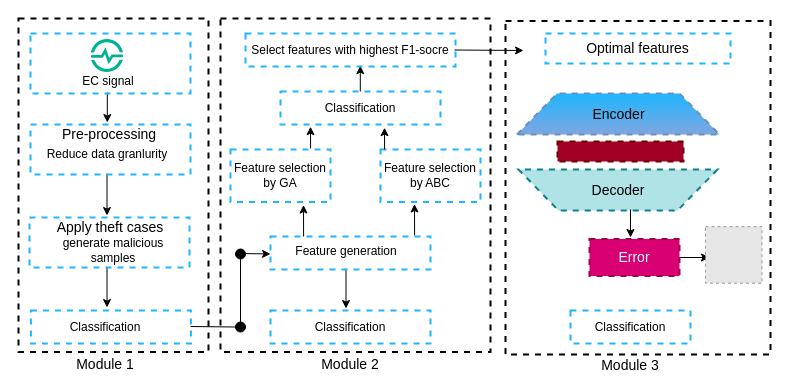
Before: j2_systemModel.drawio in Faisalse/j1_smartgrid, a draw.io diagram. Source tidied: cells renumbered, new cells numbered last; positions are measured from the earlier drawing's top-left corner, leaving out a move shared by most shapes. Both pictures are drawn from the tidied source at 100%, with x=0, y=0 at pixel (18, 18). Pictures stored in the file or linked from it are replaced by grey dashed boxes.
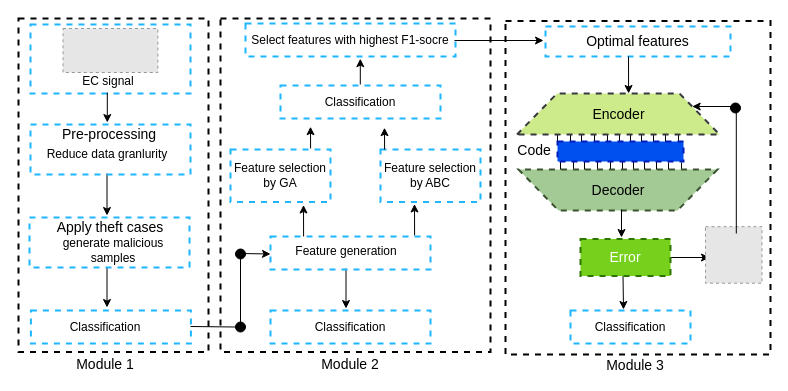
Above is the later version.

What changed in the source:
```diff
@@
+    <mxCell id="4" style="rounded=0;whiteSpace=wrap;html=1;strokeWidth=2;fillColor=none;dashed=1;" parent="1" vertex="1">
+      <mxGeometry width="190" height="333.5" as="geometry" />
+    </mxCell>
+    <mxCell id="13" style="rounded=0;whiteSpace=wrap;html=1;dashed=1;strokeWidth=2;fillColor=none;strokeColor=#1EB6FF;" parent="1" vertex="1">
+      <mxGeometry x="12" y="6" width="160" height="69" as="geometry" />
+    </mxCell>
@@
+    <mxCell id="53" style="group;" parent="1" vertex="1">
+      <mxGeometry x="539" y="114" width="121" height="11" as="geometry" />
+    </mxCell>
+    <mxCell id="54" style="endArrow=none;html=1;entryX=0.363;entryY=0.976;entryDx=0;entryDy=0;entryPerimeter=0;" parent="53" edge="1">
+      <mxGeometry relative="1" as="geometry">
+        <mxPoint y="10" as="sourcePoint" />
+        <mxPoint y="1" as="targetPoint" />
+      </mxGeometry>
+    </mxCell>
+    <mxCell id="55" style="endArrow=none;html=1;entryX=0.363;entryY=0.976;entryDx=0;entryDy=0;entryPerimeter=0;" parent="53" edge="1">
+      <mxGeometry relative="1" as="geometry">
+        <mxPoint x="13" y="10" as="sourcePoint" />
+        <mxPoint x="13" y="1" as="targetPoint" />
+      </mxGeometry>
+    </mxCell>
+    <mxCell id="56" style="endArrow=none;html=1;entryX=0.363;entryY=0.976;entryDx=0;entryDy=0;entryPerimeter=0;" parent="53" edge="1">
+      <mxGeometry relative="1" as="geometry">
+        <mxPoint x="24" y="10" as="sourcePoint" />
+        <mxPoint x="24" y="1" as="targetPoint" />
+      </mxGeometry>
+    </mxCell>
+    <mxCell id="57" style="endArrow=none;html=1;entryX=0.363;entryY=0.976;entryDx=0;entryDy=0;entryPerimeter=0;" parent="53" edge="1">
+      <mxGeometry relative="1" as="geometry">
+        <mxPoint x="121" y="11" as="sourcePoint" />
+        <mxPoint x="121" y="2" as="targetPoint" />
+      </mxGeometry>
+    </mxCell>
+    <mxCell id="58" style="endArrow=none;html=1;entryX=0.363;entryY=0.976;entryDx=0;entryDy=0;entryPerimeter=0;" parent="53" edge="1">
+      <mxGeometry relative="1" as="geometry">
+        <mxPoint x="108" y="11" as="sourcePoint" />
+        <mxPoint x="108" y="2" as="targetPoint" />
+      </mxGeometry>
+    </mxCell>
+    <mxCell id="59" style="endArrow=none;html=1;entryX=0.363;entryY=0.976;entryDx=0;entryDy=0;entryPerimeter=0;" parent="53" edge="1">
+      <mxGeometry relative="1" as="geometry">
+        <mxPoint x="96" y="10" as="sourcePoint" />
+        <mxPoint x="96" y="1" as="targetPoint" />
+      </mxGeometry>
+    </mxCell>
+    <mxCell id="60" style="endArrow=none;html=1;entryX=0.363;entryY=0.976;entryDx=0;entryDy=0;entryPerimeter=0;" parent="53" edge="1">
+      <mxGeometry relative="1" as="geometry">
+        <mxPoint x="84" y="10" as="sourcePoint" />
+        <mxPoint x="84" y="1" as="targetPoint" />
+      </mxGeometry>
+    </mxCell>
+    <mxCell id="61" style="endArrow=none;html=1;entryX=0.363;entryY=0.976;entryDx=0;entryDy=0;entryPerimeter=0;" parent="53" edge="1">
+      <mxGeometry relative="1" as="geometry">
+        <mxPoint x="73" y="10" as="sourcePoint" />
+        <mxPoint x="73" y="1" as="targetPoint" />
+      </mxGeometry>
+    </mxCell>
+    <mxCell id="62" style="endArrow=none;html=1;entryX=0.363;entryY=0.976;entryDx=0;entryDy=0;entryPerimeter=0;" parent="53" edge="1">
+      <mxGeometry relative="1" as="geometry">
+        <mxPoint x="62" y="10" as="sourcePoint" />
+        <mxPoint x="62" y="1" as="targetPoint" />
+      </mxGeometry>
+    </mxCell>
+    <mxCell id="63" style="endArrow=none;html=1;entryX=0.363;entryY=0.976;entryDx=0;entryDy=0;entryPerimeter=0;" parent="53" edge="1">
+      <mxGeometry relative="1" as="geometry">
+        <mxPoint x="50" y="9" as="sourcePoint" />
+        <mxPoint x="50" as="targetPoint" />
+      </mxGeometry>
+    </mxCell>
+    <mxCell id="64" style="endArrow=none;html=1;entryX=0.363;entryY=0.976;entryDx=0;entryDy=0;entryPerimeter=0;" parent="53" edge="1">
+      <mxGeometry relative="1" as="geometry">
+        <mxPoint x="37" y="10" as="sourcePoint" />
+        <mxPoint x="37" y="1" as="targetPoint" />
+      </mxGeometry>
+    </mxCell>
+    <mxCell id="65" style="group;" parent="1" vertex="1">
+      <mxGeometry x="542" y="142" width="121" height="11" as="geometry" />
+    </mxCell>
+    <mxCell id="66" style="endArrow=none;html=1;entryX=0.363;entryY=0.976;entryDx=0;entryDy=0;entryPerimeter=0;" parent="65" edge="1">
+      <mxGeometry relative="1" as="geometry">
+        <mxPoint y="10" as="sourcePoint" />
+        <mxPoint y="1" as="targetPoint" />
+      </mxGeometry>
+    </mxCell>
+    <mxCell id="67" style="endArrow=none;html=1;entryX=0.363;entryY=0.976;entryDx=0;entryDy=0;entryPerimeter=0;" parent="65" edge="1">
+      <mxGeometry relative="1" as="geometry">
+        <mxPoint x="13" y="10" as="sourcePoint" />
+        <mxPoint x="13" y="1" as="targetPoint" />
+      </mxGeometry>
+    </mxCell>
+    <mxCell id="68" style="endArrow=none;html=1;entryX=0.363;entryY=0.976;entryDx=0;entryDy=0;entryPerimeter=0;" parent="65" edge="1">
+      <mxGeometry relative="1" as="geometry">
+        <mxPoint x="24" y="10" as="sourcePoint" />
+        <mxPoint x="24" y="1" as="targetPoint" />
+      </mxGeometry>
+    </mxCell>
+    <mxCell id="69" style="endArrow=none;html=1;entryX=0.363;entryY=0.976;entryDx=0;entryDy=0;entryPerimeter=0;" parent="65" edge="1">
+      <mxGeometry relative="1" as="geometry">
+        <mxPoint x="121" y="11" as="sourcePoint" />
+        <mxPoint x="121" y="2" as="targetPoint" />
+      </mxGeometry>
+    </mxCell>
+    <mxCell id="70" style="endArrow=none;html=1;entryX=0.363;entryY=0.976;entryDx=0;entryDy=0;entryPerimeter=0;" parent="65" edge="1">
+      <mxGeometry relative="1" as="geometry">
+        <mxPoint x="108" y="11" as="sourcePoint" />
+        <mxPoint x="108" y="2" as="targetPoint" />
+      </mxGeometry>
+    </mxCell>
+    <mxCell id="71" style="endArrow=none;html=1;entryX=0.363;entryY=0.976;entryDx=0;entryDy=0;entryPerimeter=0;" parent="65" edge="1">
+      <mxGeometry relative="1" as="geometry">
+        <mxPoint x="96" y="10" as="sourcePoint" />
+        <mxPoint x="96" y="1" as="targetPoint" />
+      </mxGeometry>
+    </mxCell>
+    <mxCell id="72" style="endArrow=none;html=1;entryX=0.363;entryY=0.976;entryDx=0;entryDy=0;entryPerimeter=0;" parent="65" edge="1">
+      <mxGeometry relative="1" as="geometry">
+        <mxPoint x="84" y="10" as="sourcePoint" />
+        <mxPoint x="84" y="1" as="targetPoint" />
+      </mxGeometry>
+    </mxCell>
+    <mxCell id="73" style="endArrow=none;html=1;entryX=0.363;entryY=0.976;entryDx=0;entryDy=0;entryPerimeter=0;" parent="65" edge="1">
+      <mxGeometry relative="1" as="geometry">
+        <mxPoint x="73" y="10" as="sourcePoint" />
+        <mxPoint x="73" y="1" as="targetPoint" />
+      </mxGeometry>
+    </mxCell>
+    <mxCell id="74" style="endArrow=none;html=1;entryX=0.363;entryY=0.976;entryDx=0;entryDy=0;entryPerimeter=0;" parent="65" edge="1">
+      <mxGeometry relative="1" as="geometry">
+        <mxPoint x="62" y="10" as="sourcePoint" />
+        <mxPoint x="62" y="1" as="targetPoint" />
+      </mxGeometry>
+    </mxCell>
+    <mxCell id="75" style="endArrow=none;html=1;entryX=0.363;entryY=0.976;entryDx=0;entryDy=0;entryPerimeter=0;" parent="65" edge="1">
+      <mxGeometry relative="1" as="geometry">
+        <mxPoint x="50" y="9" as="sourcePoint" />
+        <mxPoint x="50" as="targetPoint" />
+      </mxGeometry>
+    </mxCell>
+    <mxCell id="76" style="endArrow=none;html=1;entryX=0.363;entryY=0.976;entryDx=0;entryDy=0;entryPerimeter=0;" parent="65" edge="1">
+      <mxGeometry relative="1" as="geometry">
+        <mxPoint x="37" y="10" as="sourcePoint" />
+        <mxPoint x="37" y="1" as="targetPoint" />
+      </mxGeometry>
+    </mxCell>
+    <mxCell id="77" style="endArrow=classic;html=1;exitX=0.437;exitY=-0.146;exitDx=0;exitDy=0;exitPerimeter=0;entryX=0.5;entryY=0;entryDx=0;entryDy=0;" parent="1" edge="1">
+      <mxGeometry relative="1" as="geometry">
+        <mxPoint x="604.5" y="256.5" as="sourcePoint" />
+        <mxPoint x="605" y="291" as="targetPoint" />
+      </mxGeometry>
+    </mxCell>
     <mxCell id="3" style="endArrow=classic;html=1;" parent="1" edge="1">
       <mxGeometry relative="1" as="geometry">
-        <mxPoint x="656" y="239" as="sourcePoint" />
+        <mxPoint x="649" y="239" as="sourcePoint" />
         <mxPoint x="691" y="239" as="targetPoint" />
       </mxGeometry>
     </mxCell>
-    <mxCell id="4" style="rounded=0;whiteSpace=wrap;html=1;strokeWidth=2;fillColor=none;dashed=1;" parent="1" vertex="1">
-      <mxGeometry width="190" height="333.5" as="geometry" />
-    </mxCell>
@@
     <mxCell id="7" style="endArrow=classic;html=1;exitX=0.138;exitY=-0.091;exitDx=0;exitDy=0;exitPerimeter=0;" parent="1" edge="1">
       <mxGeometry relative="1" as="geometry">
-        <mxPoint x="341.8" y="73" as="sourcePoint" />
-        <mxPoint x="341.8" y="47.2" as="targetPoint" />
+        <mxPoint x="341.8" y="66" as="sourcePoint" />
+        <mxPoint x="341.8" y="40.2" as="targetPoint" />
       </mxGeometry>
     </mxCell>
@@
-    <mxCell id="13" style="rounded=0;whiteSpace=wrap;html=1;dashed=1;strokeWidth=2;fillColor=none;strokeColor=#1EB6FF;" parent="1" vertex="1">
-      <mxGeometry x="12" y="15" width="160" height="60" as="geometry" />
-    </mxCell>
@@
     <mxCell id="35" value="Select features with highest F1-socre" style="rounded=0;whiteSpace=wrap;html=1;dashed=1;strokeWidth=2;fillColor=none;strokeColor=#1EB6FF;" parent="1" vertex="1">
-      <mxGeometry x="227" y="15" width="210" height="33" as="geometry" />
+      <mxGeometry x="227" y="5" width="210" height="33" as="geometry" />
     </mxCell>
@@
     <mxCell id="37" value="Classification" style="rounded=0;whiteSpace=wrap;html=1;dashed=1;strokeWidth=2;fillColor=none;strokeColor=#1EB6FF;" parent="1" vertex="1">
-      <mxGeometry x="262" y="73" width="160" height="33" as="geometry" />
+      <mxGeometry x="262" y="67" width="160" height="33" as="geometry" />
     </mxCell>
@@
     <mxCell id="39" value="&lt;span style=&quot;font-size: 14px&quot;&gt;Optimal features&lt;/span&gt;" style="rounded=0;whiteSpace=wrap;html=1;dashed=1;strokeWidth=2;fillColor=none;strokeColor=#1EB6FF;" parent="1" vertex="1">
-      <mxGeometry x="527" y="15" width="185" height="30" as="geometry" />
+      <mxGeometry x="527" y="8" width="185" height="30" as="geometry" />
     </mxCell>
@@
-    <mxCell id="41" style="endArrow=classic;html=1;exitX=1;exitY=0.5;exitDx=0;exitDy=0;" parent="1" edge="1">
+    <mxCell id="41" style="endArrow=classic;html=1;exitX=1;exitY=0.5;exitDx=0;exitDy=0;entryX=0;entryY=0.5;entryDx=0;entryDy=0;" parent="1" edge="1">
       <mxGeometry relative="1" as="geometry">
-        <mxPoint x="436" y="31.5" as="sourcePoint" />
-        <mxPoint x="505" y="32" as="targetPoint" />
+        <mxPoint x="436" y="22" as="sourcePoint" />
+        <mxPoint x="525" y="22" as="targetPoint" />
       </mxGeometry>
     </mxCell>
@@
     <mxCell id="44" value="&lt;font style=&quot;font-size: 14px&quot;&gt;Module 3&lt;/font&gt;" style="text;html=1;strokeColor=none;fillColor=none;align=center;verticalAlign=middle;whiteSpace=wrap;rounded=0;dashed=1;" parent="1" vertex="1">
-      <mxGeometry x="572" y="337" width="80" height="19" as="geometry" />
+      <mxGeometry x="577" y="337" width="80" height="19" as="geometry" />
     </mxCell>
-    <mxCell id="45" style="html=1;align=center;image;fontSize=12;image=img/lib/mscae/Time_Series_Insights_environments.svg;dashed=1;strokeColor=#000000;strokeWidth=2;fillColor=#000000;" parent="1" vertex="1">
-      <mxGeometry x="72.8" y="21" width="32.3" height="33" as="geometry" />
-    </mxCell>
-    <mxCell id="46" value="&lt;font style=&quot;font-size: 14px&quot;&gt;Encoder&lt;/font&gt;" style="shape=trapezoid;perimeter=trapezoidPerimeter;whiteSpace=wrap;html=1;fixedSize=1;dashed=1;strokeColor=#6c8ebf;strokeWidth=2;size=40;gradientColor=#7ea6e0;fillColor=#1EB6FF;" parent="1" vertex="1">
+    <mxCell id="46" value="&lt;font style=&quot;font-size: 14px&quot;&gt;Encoder&lt;/font&gt;" style="shape=trapezoid;perimeter=trapezoidPerimeter;whiteSpace=wrap;html=1;fixedSize=1;dashed=1;strokeColor=#36393d;strokeWidth=2;size=40;fillColor=#cdeb8b;" parent="1" vertex="1">
       <mxGeometry x="498.5" y="75" width="202.5" height="41" as="geometry" />
     </mxCell>
-    <mxCell id="47" style="shape=trapezoid;perimeter=trapezoidPerimeter;whiteSpace=wrap;html=1;fixedSize=1;dashed=1;strokeWidth=2;fillColor=#b0e3e6;size=40;rotation=-180;strokeColor=#0e8088;" parent="1" vertex="1">
+    <mxCell id="47" style="shape=trapezoid;perimeter=trapezoidPerimeter;whiteSpace=wrap;html=1;fixedSize=1;dashed=1;strokeWidth=2;size=40;rotation=-180;fontColor=#ffffff;strokeColor=#3A5431;fillColor=#A3C995;" parent="1" vertex="1">
       <mxGeometry x="500" y="151" width="199" height="41" as="geometry" />
     </mxCell>
-    <mxCell id="48" style="rounded=0;whiteSpace=wrap;html=1;dashed=1;strokeColor=#6F0000;strokeWidth=2;fillColor=#a20025;fontColor=#ffffff;" parent="1" vertex="1">
+    <mxCell id="48" style="rounded=0;whiteSpace=wrap;html=1;dashed=1;strokeColor=#001DBC;strokeWidth=2;fillColor=#0050ef;fontColor=#ffffff;" parent="1" vertex="1">
       <mxGeometry x="539" y="123" width="126" height="20" as="geometry" />
     </mxCell>
@@
     <mxCell id="51" style="endArrow=classic;html=1;exitX=0.437;exitY=-0.146;exitDx=0;exitDy=0;exitPerimeter=0;" parent="1" edge="1">
       <mxGeometry relative="1" as="geometry">
-        <mxPoint x="612" y="191" as="sourcePoint" />
-        <mxPoint x="612" y="219" as="targetPoint" />
+        <mxPoint x="603" y="191" as="sourcePoint" />
+        <mxPoint x="603" y="219" as="targetPoint" />
       </mxGeometry>
     </mxCell>
-    <mxCell id="52" value="&lt;font style=&quot;font-size: 14px&quot;&gt;Error&lt;/font&gt;" style="rounded=0;whiteSpace=wrap;html=1;dashed=1;strokeColor=#A50040;strokeWidth=2;fillColor=#d80073;fontColor=#ffffff;" parent="1" vertex="1">
-      <mxGeometry x="571" y="220.5" width="90" height="37" as="geometry" />
+    <mxCell id="52" value="&lt;font style=&quot;font-size: 14px&quot;&gt;Error&lt;/font&gt;" style="rounded=0;whiteSpace=wrap;html=1;dashed=1;strokeColor=#2D7600;strokeWidth=2;fontColor=#ffffff;fillColor=#77D11C;" parent="1" vertex="1">
+      <mxGeometry x="562" y="220.5" width="90" height="37" as="geometry" />
     </mxCell>
+    <mxCell id="78" style="endArrow=none;html=1;" parent="1" edge="1">
+      <mxGeometry relative="1" as="geometry">
+        <mxPoint x="717.8" y="215" as="sourcePoint" />
+        <mxPoint x="717.8" y="88" as="targetPoint" />
+      </mxGeometry>
+    </mxCell>
+    <mxCell id="79" style="endArrow=classic;html=1;entryX=1;entryY=0.25;entryDx=0;entryDy=0;" parent="1" edge="1" target="46">
+      <mxGeometry relative="1" as="geometry">
+        <mxPoint x="719" y="88" as="sourcePoint" />
+      </mxGeometry>
+    </mxCell>
+    <mxCell id="80" style="ellipse;whiteSpace=wrap;html=1;strokeWidth=1;fillColor=#000000;" parent="1" vertex="1">
+      <mxGeometry x="712" y="84.5" width="10" height="10" as="geometry" />
+    </mxCell>
+    <mxCell id="81" value="&lt;font style=&quot;font-size: 14px&quot;&gt;Code&lt;/font&gt;" style="text;html=1;strokeColor=none;fillColor=none;align=center;verticalAlign=middle;whiteSpace=wrap;rounded=0;dashed=1;" parent="1" vertex="1">
+      <mxGeometry x="496" y="122" width="40" height="20" as="geometry" />
+    </mxCell>
+    <mxCell id="82" style="endArrow=classic;html=1;exitX=1;exitY=0.5;exitDx=0;exitDy=0;entryX=0.551;entryY=-0.122;entryDx=0;entryDy=0;entryPerimeter=0;" parent="1" edge="1">
+      <mxGeometry relative="1" as="geometry">
+        <mxPoint x="610" y="38" as="sourcePoint" />
+        <mxPoint x="610.1" y="75" as="targetPoint" />
+      </mxGeometry>
+    </mxCell>
+    <mxCell id="83" style="fillColor=#E6E6E6;strokeColor=#999999;dashed=1;verticalLabelPosition=bottom;verticalAlign=top;" parent="1" vertex="1">
+      <mxGeometry x="44.5" y="10" width="94.9" height="44" as="geometry" />
+    </mxCell>
```
